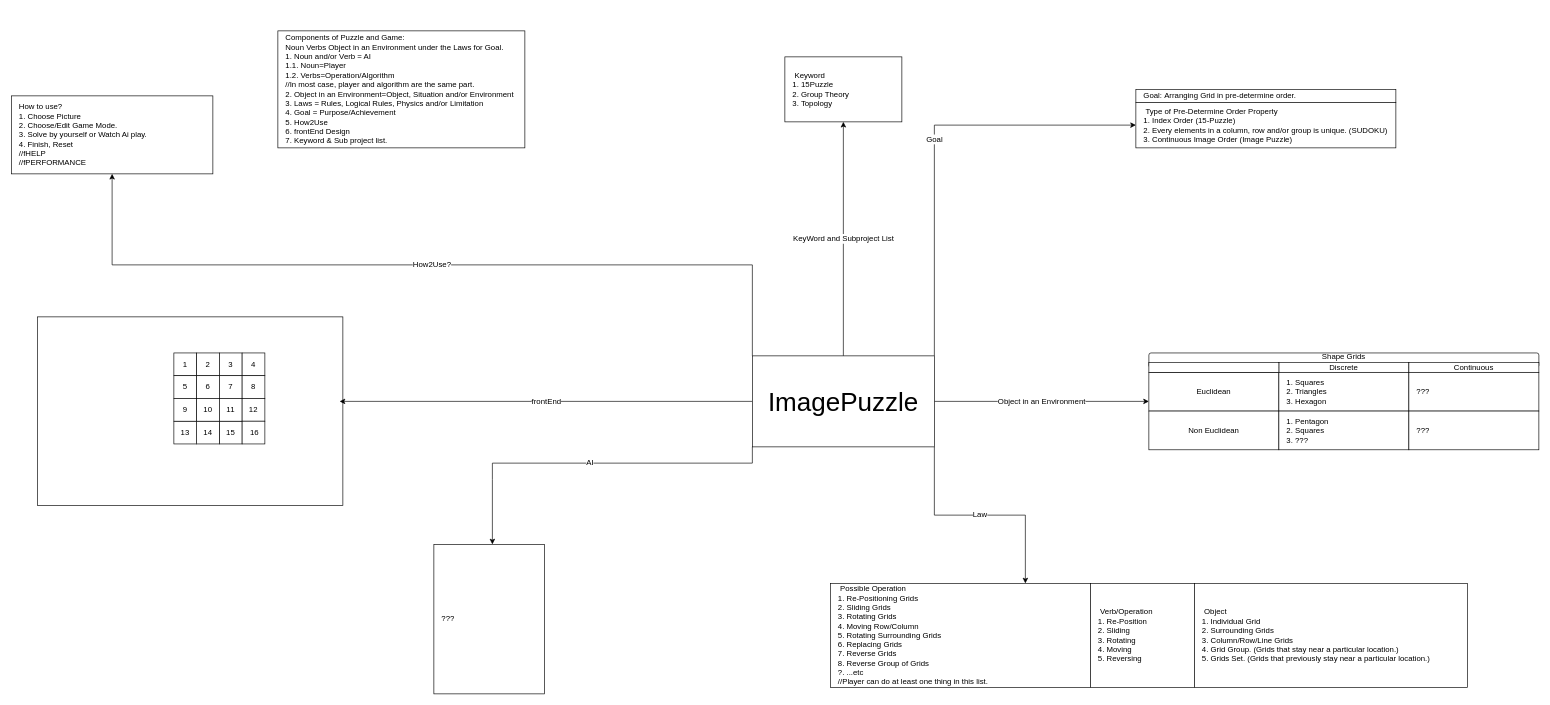
Before: SlidingImagePuzzle.drawio in NihilisticMotif/Draw10SoftwarePlanning, a draw.io diagram. Source tidied: cells renumbered, new cells numbered last; positions are measured from the earlier drawing's top-left corner, leaving out a move shared by most shapes. Both pictures are drawn from the tidied source at 65%, with x=0, y=0 at pixel (11, 31).
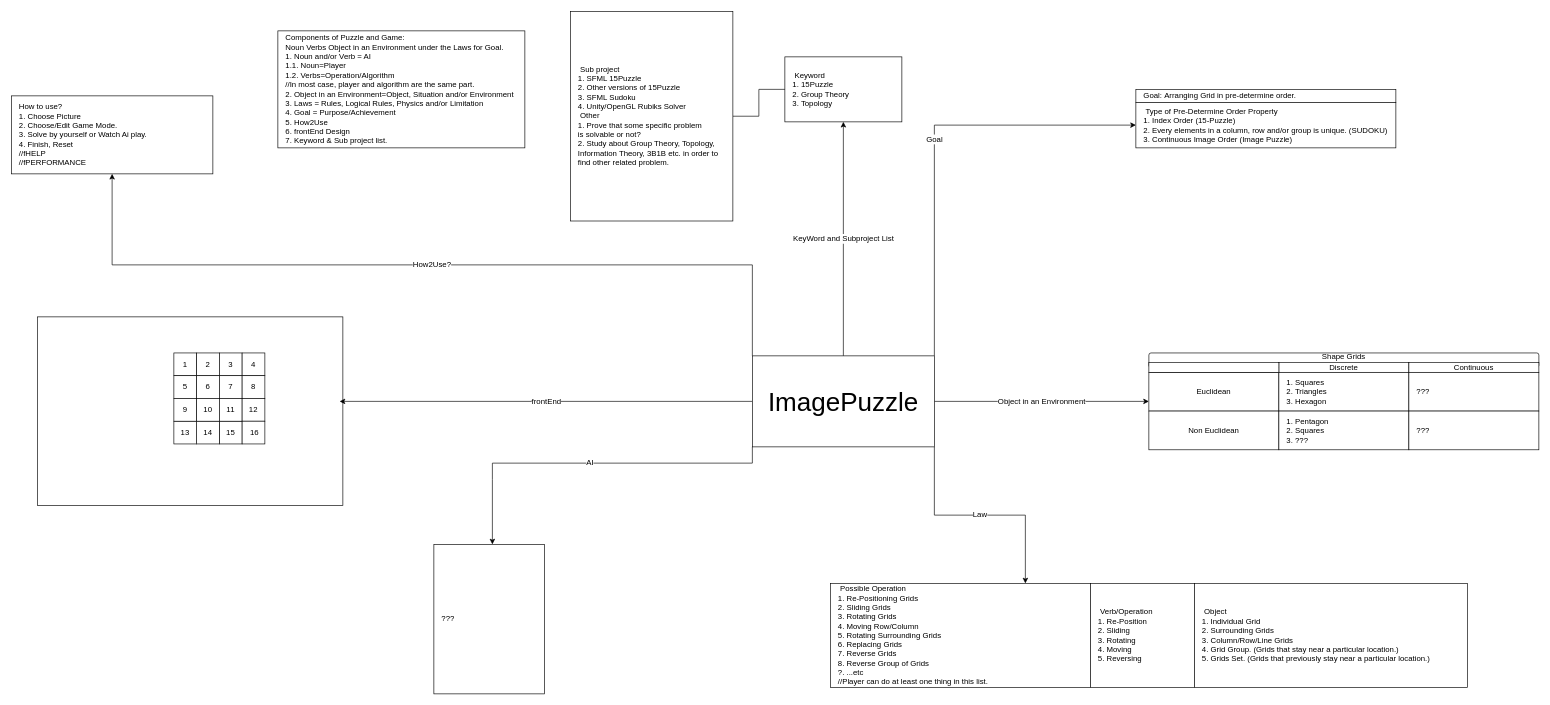
Above is the later version.

Unchanged cells that the change refers to:
```xml
<mxCell id="3" value="&lt;span style=&quot;white-space: pre&quot;&gt; Keyword&lt;br&gt;1. 15Puzzle&lt;br&gt;2. Group Theory&lt;br/&gt;3. Topology&lt;br&gt;&lt;/span&gt;" style="rounded=0;whiteSpace=wrap;html=1;align=left;spacingLeft=10;" parent="1" vertex="1">
  <mxGeometry x="1190" y="40" width="180" height="100" as="geometry" />
</mxCell>
```

What changed in the source:
```diff
@@
+    <mxCell id="51" style="edgeStyle=orthogonalEdgeStyle;rounded=0;jettySize=auto;html=1;entryX=0;entryY=0.5;entryDx=0;entryDy=0;endArrow=none;endFill=0;" parent="1" edge="1" source="52" target="3">
+      <mxGeometry relative="1" as="geometry" />
+    </mxCell>
+    <mxCell id="52" value="&lt;span style=&quot;white-space: pre&quot;&gt; Sub project&lt;br&gt;1. SFML 15Puzzle&lt;br&gt;2. Other versions of 15Puzzle&lt;br&gt;3. SFML Sudoku&lt;br&gt;4. Unity/OpenGL Rubiks Solver&lt;br&gt;&lt;span style=&quot;white-space: pre&quot;&gt; Other&lt;br&gt;&lt;/span&gt;1. Prove that some specific problem &lt;br&gt;is solvable or not?&lt;br&gt;2. Study about Group Theory, Topology,&lt;br&gt;Information Theory, 3B1B etc. in order to&lt;br&gt;find other related problem.&lt;br&gt;&lt;/span&gt;" style="rounded=0;whiteSpace=wrap;html=1;align=left;spacingLeft=10;" parent="1" vertex="1">
+      <mxGeometry x="860" y="-30" width="250" height="322.5" as="geometry" />
+    </mxCell>
```
